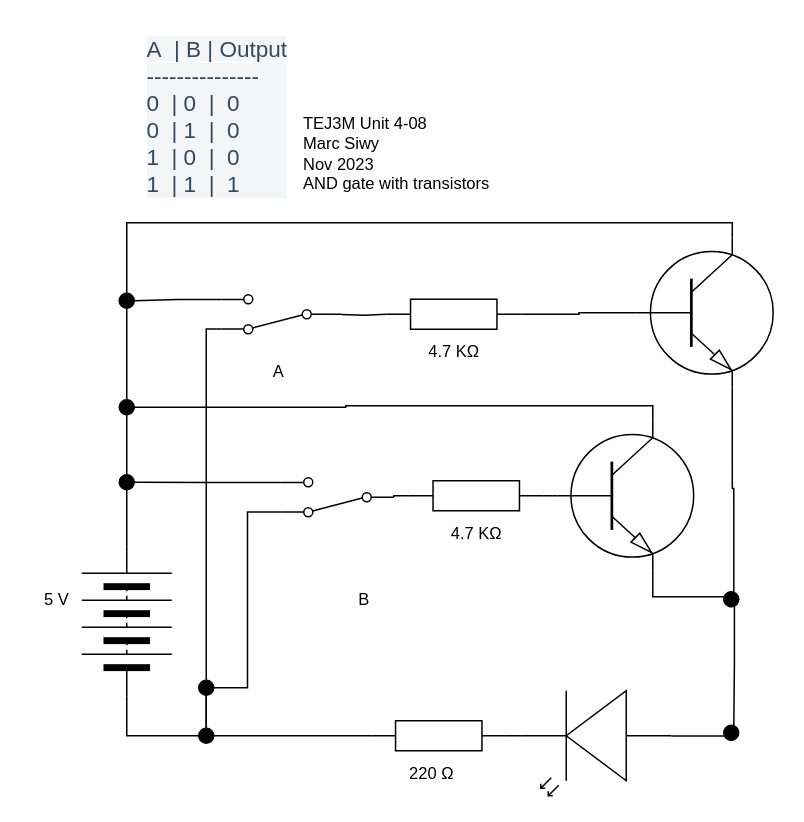
Before: Unit 4-09/Unit 4-09.drawio in Marc-Siwy/TEJ3MUnit4, a draw.io diagram. Source tidied: cells renumbered, new cells numbered last; positions are measured from the earlier drawing's top-left corner, leaving out a move shared by most shapes. Both pictures are drawn from the tidied source at 150%, with x=0, y=0 at pixel (26, 26).
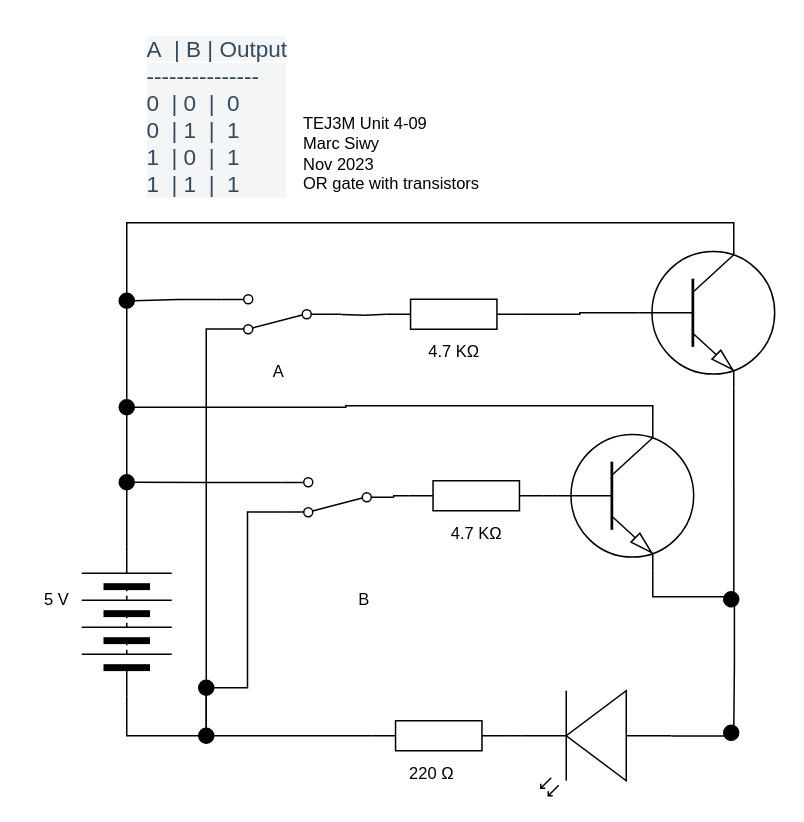
The same diagram, later.

The edit, as a diff of the source:
```diff
@@
-    <mxCell id="3" value="TEJ3M Unit 4-08&lt;br&gt;Marc Siwy&lt;br&gt;Nov 2023&lt;br&gt;AND gate with transistors" style="text;html=1;align=left;verticalAlign=middle;strokeColor=none;fillColor=none;fontSize=11;fontFamily=Helvetica;fontColor=default;" parent="1" vertex="1">
-      <mxGeometry x="182.5" y="50" width="150" height="70" as="geometry" />
+    <mxCell id="3" value="TEJ3M Unit 4-09&lt;br&gt;Marc Siwy&lt;br&gt;Nov 2023&lt;br&gt;OR gate with transistors" style="text;html=1;align=left;verticalAlign=middle;strokeColor=none;fillColor=none;fontSize=11;fontFamily=Helvetica;fontColor=default;" parent="1" vertex="1">
+      <mxGeometry x="182.5" y="50" width="140" height="70" as="geometry" />
     </mxCell>
-    <mxCell id="4" value="&lt;span style=&quot;color: rgb(52, 73, 94); font-family: ArtifaktElement-Medium, sans-serif; font-size: 15px; text-align: left; background-color: rgb(244, 245, 246);&quot;&gt;A&amp;nbsp; | B | Output&lt;/span&gt;&lt;div style=&quot;-webkit-tap-highlight-color: rgba(0, 0, 0, 0); box-sizing: border-box; color: rgb(52, 73, 94); font-family: ArtifaktElement-Medium, sans-serif; font-size: 15px; text-align: left; background-color: rgb(244, 245, 246);&quot;&gt;---------------&lt;/div&gt;&lt;div style=&quot;-webkit-tap-highlight-color: rgba(0, 0, 0, 0); box-sizing: border-box; color: rgb(52, 73, 94); font-family: ArtifaktElement-Medium, sans-serif; font-size: 15px; text-align: left; background-color: rgb(244, 245, 246);&quot;&gt;0&amp;nbsp; | 0&amp;nbsp; |&amp;nbsp; 0&lt;/div&gt;&lt;div style=&quot;-webkit-tap-highlight-color: rgba(0, 0, 0, 0); box-sizing: border-box; color: rgb(52, 73, 94); font-family: ArtifaktElement-Medium, sans-serif; font-size: 15px; text-align: left; background-color: rgb(244, 245, 246);&quot;&gt;0&amp;nbsp; | 1&amp;nbsp; |&amp;nbsp; 0&lt;/div&gt;&lt;div style=&quot;-webkit-tap-highlight-color: rgba(0, 0, 0, 0); box-sizing: border-box; color: rgb(52, 73, 94); font-family: ArtifaktElement-Medium, sans-serif; font-size: 15px; text-align: left; background-color: rgb(244, 245, 246);&quot;&gt;&lt;div style=&quot;border-color: var(--border-color); -webkit-tap-highlight-color: rgba(0, 0, 0, 0); box-sizing: border-box;&quot;&gt;1&amp;nbsp; | 0&amp;nbsp; |&amp;nbsp; 0&lt;/div&gt;&lt;div style=&quot;border-color: var(--border-color); -webkit-tap-highlight-color: rgba(0, 0, 0, 0); box-sizing: border-box;&quot;&gt;1&amp;nbsp; | 1&amp;nbsp; |&amp;nbsp; 1&lt;/div&gt;&lt;/div&gt;" style="text;html=1;align=center;verticalAlign=middle;strokeColor=none;fillColor=none;fontSize=11;fontFamily=Helvetica;fontColor=default;" parent="1" vertex="1">
+    <mxCell id="4" value="&lt;span style=&quot;color: rgb(52, 73, 94); font-family: ArtifaktElement-Medium, sans-serif; font-size: 15px; text-align: left; background-color: rgb(244, 245, 246);&quot;&gt;A&amp;nbsp; | B | Output&lt;/span&gt;&lt;div style=&quot;-webkit-tap-highlight-color: rgba(0, 0, 0, 0); box-sizing: border-box; color: rgb(52, 73, 94); font-family: ArtifaktElement-Medium, sans-serif; font-size: 15px; text-align: left; background-color: rgb(244, 245, 246);&quot;&gt;---------------&lt;/div&gt;&lt;div style=&quot;-webkit-tap-highlight-color: rgba(0, 0, 0, 0); box-sizing: border-box; color: rgb(52, 73, 94); font-family: ArtifaktElement-Medium, sans-serif; font-size: 15px; text-align: left; background-color: rgb(244, 245, 246);&quot;&gt;0&amp;nbsp; | 0&amp;nbsp; |&amp;nbsp; 0&lt;/div&gt;&lt;div style=&quot;-webkit-tap-highlight-color: rgba(0, 0, 0, 0); box-sizing: border-box; color: rgb(52, 73, 94); font-family: ArtifaktElement-Medium, sans-serif; font-size: 15px; text-align: left; background-color: rgb(244, 245, 246);&quot;&gt;0&amp;nbsp; | 1&amp;nbsp; |&amp;nbsp; 1&lt;/div&gt;&lt;div style=&quot;-webkit-tap-highlight-color: rgba(0, 0, 0, 0); box-sizing: border-box; color: rgb(52, 73, 94); font-family: ArtifaktElement-Medium, sans-serif; font-size: 15px; text-align: left; background-color: rgb(244, 245, 246);&quot;&gt;&lt;div style=&quot;border-color: var(--border-color); -webkit-tap-highlight-color: rgba(0, 0, 0, 0); box-sizing: border-box;&quot;&gt;1&amp;nbsp; | 0&amp;nbsp; |&amp;nbsp; 1&lt;/div&gt;&lt;div style=&quot;border-color: var(--border-color); -webkit-tap-highlight-color: rgba(0, 0, 0, 0); box-sizing: border-box;&quot;&gt;1&amp;nbsp; | 1&amp;nbsp; |&amp;nbsp; 1&lt;/div&gt;&lt;/div&gt;" style="text;html=1;align=center;verticalAlign=middle;strokeColor=none;fillColor=none;fontSize=11;fontFamily=Helvetica;fontColor=default;" parent="1" vertex="1">
       <mxGeometry x="67" width="120" height="120" as="geometry" />
     </mxCell>
@@
     <mxCell id="12" style="verticalLabelPosition=bottom;shadow=0;dashed=0;align=center;html=1;verticalAlign=top;shape=mxgraph.electrical.transistors.npn_transistor_1;" parent="1" vertex="1">
-      <mxGeometry x="405" y="141" width="95" height="100" as="geometry" />
+      <mxGeometry x="406" y="141" width="95" height="100" as="geometry" />
     </mxCell>
```
